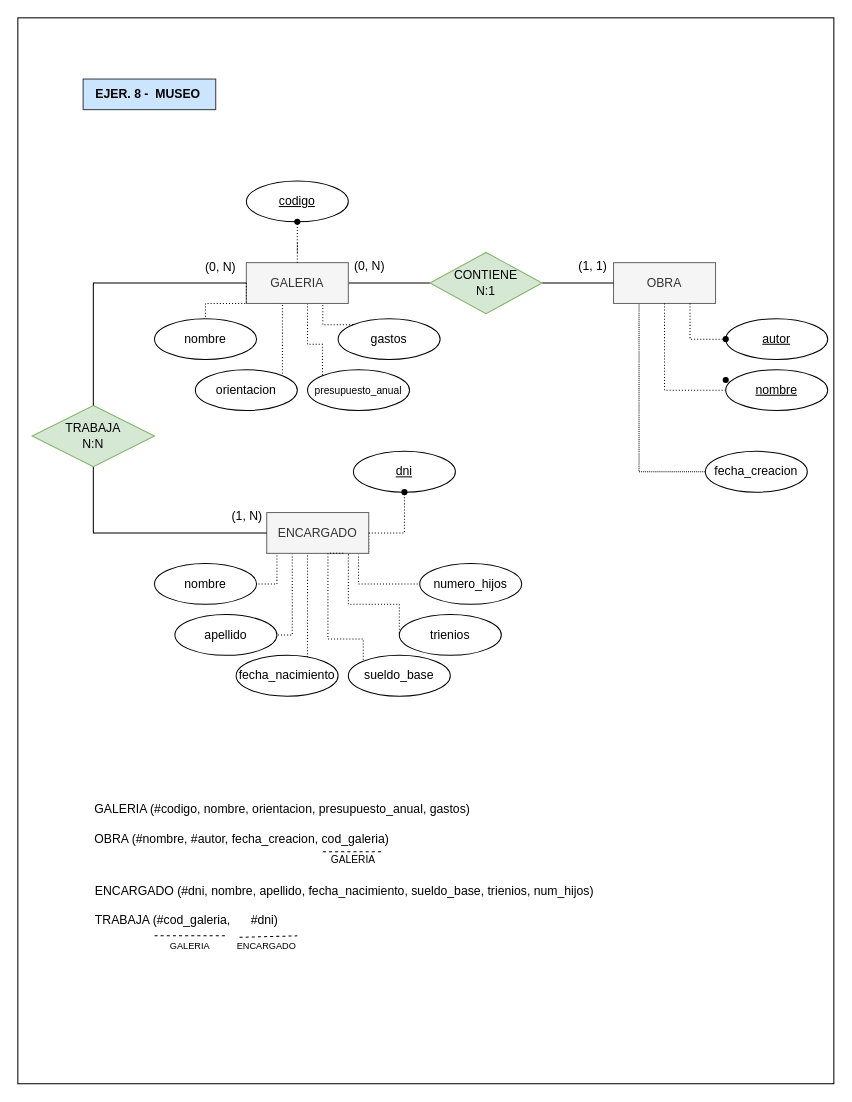
Earlier version of the draw.io diagram ejer8_museo_code.drawio (mdrp93/BASE-DE-DATOS). Source tidied: cells renumbered, new cells numbered last; positions are measured from the earlier drawing's top-left corner, leaving out a move shared by most shapes. Both pictures are drawn from the tidied source at 102%, with x=0, y=0 at pixel (17, 17).
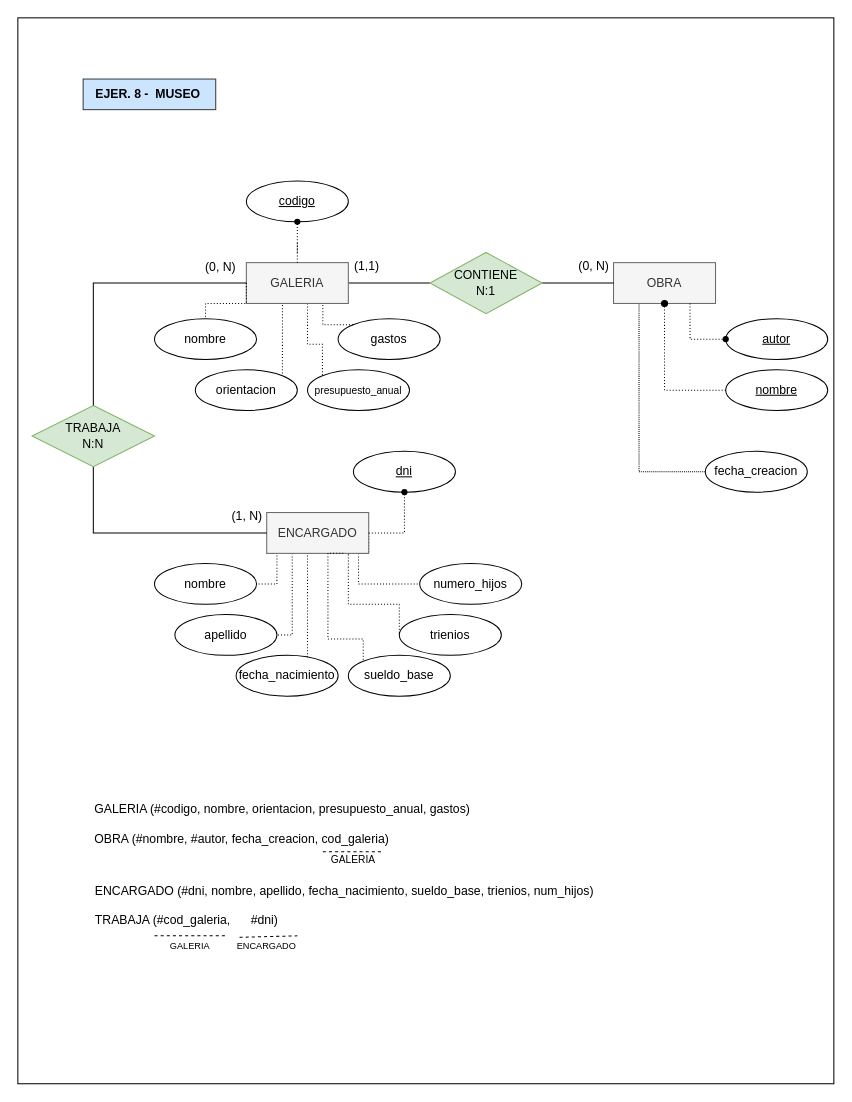
The same page after the edit.

The change refers to these unchanged cells:
```xml
<mxCell id="9" value="OBRA" style="whiteSpace=wrap;html=1;align=center;fillColor=#f5f5f5;fontColor=#333333;strokeColor=#666666;" parent="1" vertex="1">
  <mxGeometry x="584" y="240" width="100" height="40" as="geometry" />
</mxCell>
<mxCell id="55" value="nombre" style="ellipse;whiteSpace=wrap;html=1;align=center;fontStyle=4;" parent="1" vertex="1">
  <mxGeometry x="694" y="345" width="100" height="40" as="geometry" />
</mxCell>
```

What changed in the source:
```diff
@@
-    <mxCell id="24" value="(0, N)" style="text;strokeColor=none;fillColor=none;spacingLeft=4;spacingRight=4;overflow=hidden;fontSize=12;whiteSpace=wrap;html=1;" parent="1" vertex="1">
+    <mxCell id="24" value="(1,1)" style="text;strokeColor=none;fillColor=none;spacingLeft=4;spacingRight=4;overflow=hidden;fontSize=12;whiteSpace=wrap;html=1;" parent="1" vertex="1">
       <mxGeometry x="324" y="230" width="50" height="30" as="geometry" />
     </mxCell>
-    <mxCell id="25" value="(1, 1)" style="text;strokeColor=none;fillColor=none;spacingLeft=4;spacingRight=4;overflow=hidden;fontSize=12;whiteSpace=wrap;html=1;" parent="1" vertex="1">
+    <mxCell id="25" value="(0, N)" style="text;strokeColor=none;fillColor=none;spacingLeft=4;spacingRight=4;overflow=hidden;fontSize=12;whiteSpace=wrap;html=1;" parent="1" vertex="1">
       <mxGeometry x="544" y="230" width="50" height="30" as="geometry" />
     </mxCell>
@@
-    <mxCell id="31" style="edgeStyle=orthogonalEdgeStyle;rounded=0;jettySize=auto;html=1;exitX=0;exitY=0.5;exitDx=0;exitDy=0;entryX=0.5;entryY=1;entryDx=0;entryDy=0;endArrow=none;endFill=0;dashed=1;dashPattern=1 2;" parent="1" edge="1" source="55" target="9">
+    <mxCell id="31" style="edgeStyle=orthogonalEdgeStyle;rounded=0;jettySize=auto;html=1;exitX=0;exitY=0.5;exitDx=0;exitDy=0;entryX=0.5;entryY=1;entryDx=0;entryDy=0;endArrow=oval;endFill=1;dashed=1;dashPattern=1 2;" parent="1" edge="1" source="55" target="9">
       <mxGeometry relative="1" as="geometry" />
     </mxCell>
@@
-    <mxCell id="57" style="shape=waypoint;sketch=0;fillStyle=solid;size=6;fillColor=none;perimeter=centerPerimeter;" parent="1" vertex="1">
-      <mxGeometry x="684" y="345" width="20" height="20" as="geometry" />
-    </mxCell>
```
